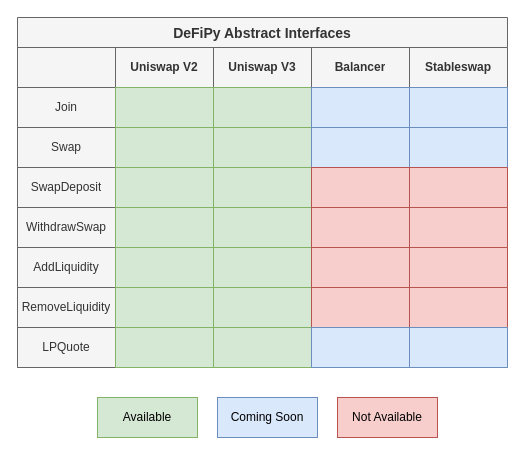
defipy-devs/defipy-docs keeps this draw.io diagram as docs/abstract_interface.drawio. Above is the earlier version. Source tidied: cells renumbered, new cells numbered last; positions are measured from the earlier drawing's top-left corner, leaving out a move shared by most shapes. Both pictures are drawn from the tidied source at 100%, with x=0, y=0 at pixel (17, 17).
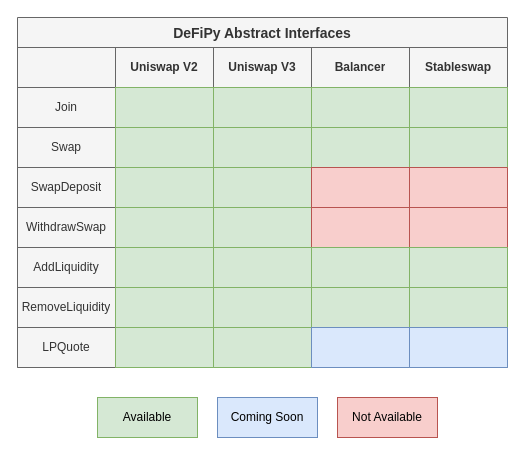
Above is the later version.

Unchanged cells that the change refers to:
```xml
<mxCell id="9" style="shape=tableRow;horizontal=0;startSize=0;swimlaneHead=0;swimlaneBody=0;strokeColor=inherit;top=0;left=0;bottom=0;right=0;fillColor=none;" parent="2" vertex="1">
  <mxGeometry y="70" width="490" height="40" as="geometry" />
</mxCell>
<mxCell id="15" style="shape=tableRow;horizontal=0;startSize=0;swimlaneHead=0;swimlaneBody=0;strokeColor=inherit;top=0;left=0;bottom=0;right=0;fillColor=none;" parent="2" vertex="1">
  <mxGeometry y="110" width="490" height="40" as="geometry" />
</mxCell>
<mxCell id="33" style="shape=tableRow;horizontal=0;startSize=0;swimlaneHead=0;swimlaneBody=0;strokeColor=inherit;top=0;left=0;bottom=0;right=0;fillColor=none;" parent="2" vertex="1">
  <mxGeometry y="230" width="490" height="40" as="geometry" />
</mxCell>
<mxCell id="39" style="shape=tableRow;horizontal=0;startSize=0;swimlaneHead=0;swimlaneBody=0;strokeColor=inherit;top=0;left=0;bottom=0;right=0;fillColor=none;" parent="2" vertex="1">
  <mxGeometry y="270" width="490" height="40" as="geometry" />
</mxCell>
```

Change to the diagram source:
```diff
@@
-    <mxCell id="13" style="shape=partialRectangle;html=1;whiteSpace=wrap;strokeColor=#6c8ebf;overflow=hidden;fillColor=#dae8fc;top=1;left=1;bottom=1;right=1;shadow=0;" parent="9" vertex="1">
+    <mxCell id="13" style="shape=partialRectangle;html=1;whiteSpace=wrap;strokeColor=#82b366;overflow=hidden;fillColor=#d5e8d4;top=1;left=1;bottom=1;right=1;shadow=0;" parent="9" vertex="1">
       <mxGeometry x="294" width="98" height="40" as="geometry" />
     </mxCell>
-    <mxCell id="14" style="shape=partialRectangle;html=1;whiteSpace=wrap;strokeColor=#6c8ebf;overflow=hidden;fillColor=#dae8fc;top=1;left=1;bottom=1;right=1;" parent="9" vertex="1">
+    <mxCell id="14" style="shape=partialRectangle;html=1;whiteSpace=wrap;strokeColor=#82b366;overflow=hidden;fillColor=#d5e8d4;top=1;left=1;bottom=1;right=1;" parent="9" vertex="1">
       <mxGeometry x="392" width="98" height="40" as="geometry" />
     </mxCell>
@@
-    <mxCell id="19" style="shape=partialRectangle;html=1;whiteSpace=wrap;strokeColor=#6c8ebf;overflow=hidden;fillColor=#dae8fc;top=1;left=1;bottom=1;right=1;" parent="15" vertex="1">
+    <mxCell id="19" style="shape=partialRectangle;html=1;whiteSpace=wrap;strokeColor=#82b366;overflow=hidden;fillColor=#d5e8d4;top=1;left=1;bottom=1;right=1;" parent="15" vertex="1">
       <mxGeometry x="294" width="98" height="40" as="geometry" />
     </mxCell>
-    <mxCell id="20" style="shape=partialRectangle;html=1;whiteSpace=wrap;strokeColor=#6c8ebf;overflow=hidden;fillColor=#dae8fc;top=1;left=1;bottom=1;right=1;" parent="15" vertex="1">
+    <mxCell id="20" style="shape=partialRectangle;html=1;whiteSpace=wrap;strokeColor=#82b366;overflow=hidden;fillColor=#d5e8d4;top=1;left=1;bottom=1;right=1;" parent="15" vertex="1">
       <mxGeometry x="392" width="98" height="40" as="geometry" />
     </mxCell>
@@
-    <mxCell id="37" style="shape=partialRectangle;html=1;whiteSpace=wrap;strokeColor=#b85450;overflow=hidden;fillColor=#f8cecc;top=1;left=1;bottom=1;right=1;" parent="33" vertex="1">
+    <mxCell id="37" style="shape=partialRectangle;html=1;whiteSpace=wrap;strokeColor=#82b366;overflow=hidden;fillColor=#d5e8d4;top=1;left=1;bottom=1;right=1;" parent="33" vertex="1">
       <mxGeometry x="294" width="98" height="40" as="geometry" />
     </mxCell>
-    <mxCell id="38" style="shape=partialRectangle;html=1;whiteSpace=wrap;strokeColor=#b85450;overflow=hidden;fillColor=#f8cecc;top=1;left=1;bottom=1;right=1;" parent="33" vertex="1">
+    <mxCell id="38" style="shape=partialRectangle;html=1;whiteSpace=wrap;strokeColor=#82b366;overflow=hidden;fillColor=#d5e8d4;top=1;left=1;bottom=1;right=1;" parent="33" vertex="1">
       <mxGeometry x="392" width="98" height="40" as="geometry" />
     </mxCell>
@@
-    <mxCell id="43" style="shape=partialRectangle;html=1;whiteSpace=wrap;strokeColor=#b85450;overflow=hidden;fillColor=#f8cecc;top=1;left=1;bottom=1;right=1;" parent="39" vertex="1">
+    <mxCell id="43" style="shape=partialRectangle;html=1;whiteSpace=wrap;strokeColor=#82b366;overflow=hidden;fillColor=#d5e8d4;top=1;left=1;bottom=1;right=1;" parent="39" vertex="1">
       <mxGeometry x="294" width="98" height="40" as="geometry" />
     </mxCell>
-    <mxCell id="44" style="shape=partialRectangle;html=1;whiteSpace=wrap;strokeColor=#b85450;overflow=hidden;fillColor=#f8cecc;top=1;left=1;bottom=1;right=1;" parent="39" vertex="1">
+    <mxCell id="44" style="shape=partialRectangle;html=1;whiteSpace=wrap;strokeColor=#82b366;overflow=hidden;fillColor=#d5e8d4;top=1;left=1;bottom=1;right=1;" parent="39" vertex="1">
       <mxGeometry x="392" width="98" height="40" as="geometry" />
     </mxCell>
```
